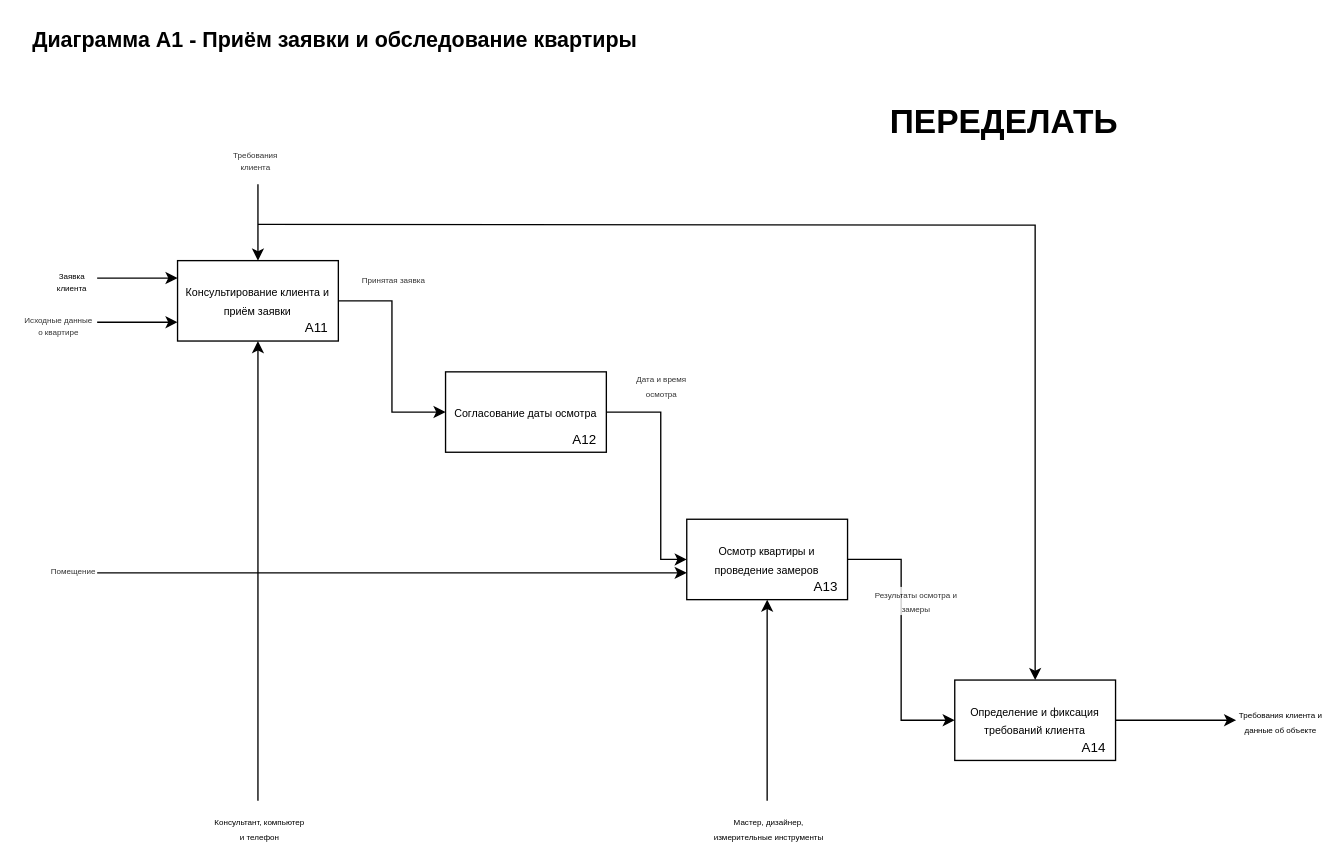
The draw.io diagram page "A1" (7 of 11) of sem-5/miabp/lab-3/diagram.drawio in anodev996/uni-works, before the edit. Source tidied: cells renumbered, new cells numbered last; positions are measured from the earlier drawing's top-left corner, leaving out a move shared by most shapes. Both pictures are drawn from the tidied source at 134%, with x=0, y=0 at pixel (29, 23).
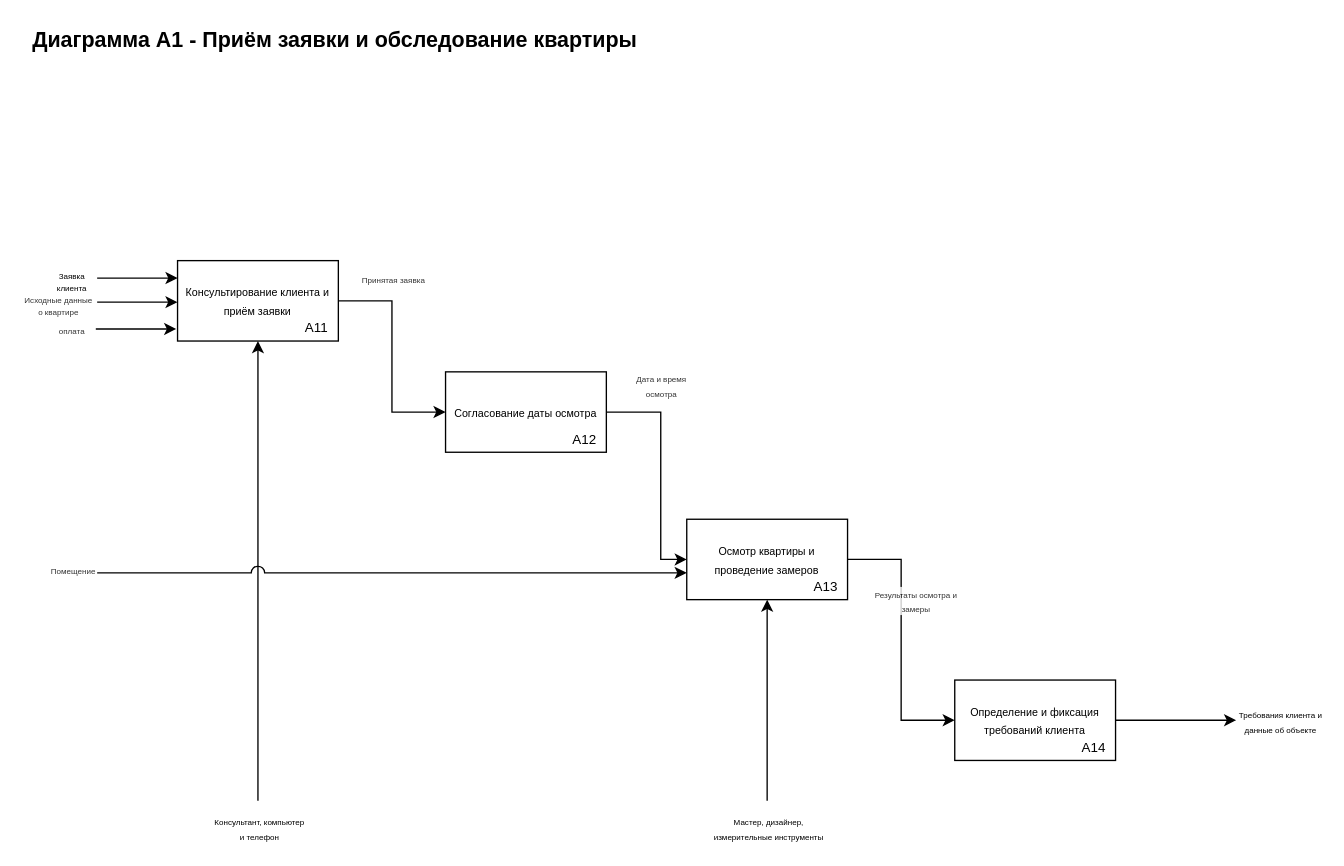
Above is the later version.

The change refers to these unchanged cells:
```xml
<mxCell id="3" value="&lt;div style=&quot;line-height: 100%;&quot;&gt;&lt;font style=&quot;line-height: 100%;&quot;&gt;&lt;span style=&quot;background-color: transparent; font-size: 8px;&quot;&gt;Консультирование клиента и приём заявки&lt;/span&gt;&lt;/font&gt;&lt;/div&gt;" style="rounded=0;whiteSpace=wrap;html=1;" parent="2" vertex="1">
  <mxGeometry width="120" height="60" as="geometry" />
</mxCell>
<mxCell id="12" value="&lt;div style=&quot;line-height: 100%;&quot;&gt;&lt;font style=&quot;line-height: 100%;&quot;&gt;&lt;span style=&quot;background-color: transparent; font-size: 8px;&quot;&gt;Определение и фиксация требований клиента&lt;/span&gt;&lt;/font&gt;&lt;/div&gt;" style="rounded=0;whiteSpace=wrap;html=1;" parent="11" vertex="1">
  <mxGeometry width="120" height="60" as="geometry" />
</mxCell>
```

The edit, as a diff of the source:
```diff
@@
-    <mxCell id="22" style="endArrow=classic;html=1;rounded=0;" parent="1" edge="1" target="3">
-      <mxGeometry x="0.02" relative="1" as="geometry">
-        <mxPoint x="170" y="120" as="sourcePoint" />
-      </mxGeometry>
-    </mxCell>
-    <mxCell id="23" value="&lt;div style=&quot;line-height: 80%;&quot;&gt;&lt;div&gt;&lt;font style=&quot;line-height: 80%; font-size: 6px;&quot;&gt;Требования&lt;/font&gt;&lt;/div&gt;&lt;div&gt;&lt;font style=&quot;line-height: 80%; font-size: 6px;&quot;&gt;клиента&lt;/font&gt;&lt;/div&gt;&lt;/div&gt;" style="edgeLabel;html=1;align=center;verticalAlign=middle;textOpacity=80;" parent="22" vertex="1">
-      <mxGeometry x="0.02" y="-1" relative="1" as="geometry">
-        <mxPoint x="-2" y="-49" as="offset" />
-      </mxGeometry>
-    </mxCell>
-    <mxCell id="24" style="endArrow=classic;html=1;rounded=0;edgeStyle=orthogonalEdgeStyle;" parent="1" edge="1" target="12">
-      <mxGeometry x="0.47" relative="1" as="geometry">
-        <mxPoint x="170" y="150" as="sourcePoint" />
-      </mxGeometry>
-    </mxCell>
@@
-    <mxCell id="27" style="endArrow=classic;html=1;rounded=0;" parent="1" edge="1" target="3">
+    <mxCell id="27" style="endArrow=classic;html=1;rounded=0;jumpStyle=none;jumpSize=7;" parent="1" edge="1" target="3">
       <mxGeometry relative="1" as="geometry">
         <mxPoint x="170" y="580" as="sourcePoint" />
       </mxGeometry>
     </mxCell>
@@
     <mxCell id="32" style="endArrow=classic;html=1;rounded=0;entryX=0;entryY=0.717;entryDx=0;entryDy=0;entryPerimeter=0;" parent="1" edge="1">
       <mxGeometry x="-0.27" relative="1" as="geometry">
-        <mxPoint x="50" y="223" as="sourcePoint" />
-        <mxPoint x="110" y="223" as="targetPoint" />
+        <mxPoint x="50" y="208" as="sourcePoint" />
+        <mxPoint x="110" y="208" as="targetPoint" />
       </mxGeometry>
     </mxCell>
@@
-    <mxCell id="34" style="endArrow=classic;html=1;rounded=0;entryX=0;entryY=0.717;entryDx=0;entryDy=0;entryPerimeter=0;" parent="1" edge="1">
+    <mxCell id="34" style="endArrow=classic;html=1;rounded=0;entryX=0;entryY=0.717;entryDx=0;entryDy=0;entryPerimeter=0;jumpStyle=arc;jumpSize=10;" parent="1" edge="1">
       <mxGeometry x="0.83" relative="1" as="geometry">
         <mxPoint x="50" y="410" as="sourcePoint" />
         <mxPoint x="490" y="410" as="targetPoint" />
       </mxGeometry>
     </mxCell>
@@
-    <mxCell id="36" value="&lt;div style=&quot;line-height: 100%;&quot;&gt;&lt;div align=&quot;left&quot;&gt;&lt;b style=&quot;&quot;&gt;&lt;font style=&quot;font-size: 25px;&quot;&gt;ПЕРЕДЕЛАТЬ&lt;/font&gt;&lt;/b&gt;&lt;/div&gt;&lt;/div&gt;" style="text;whiteSpace=wrap;html=1;align=left;" parent="1" vertex="1">
-      <mxGeometry x="640" y="60" width="190" height="40" as="geometry" />
-    </mxCell>
+    <mxCell id="37" style="endArrow=classic;html=1;rounded=0;entryX=0;entryY=0.717;entryDx=0;entryDy=0;entryPerimeter=0;" parent="1" edge="1">
+      <mxGeometry x="-0.27" relative="1" as="geometry">
+        <mxPoint x="49" y="228" as="sourcePoint" />
+        <mxPoint x="109" y="228" as="targetPoint" />
+      </mxGeometry>
+    </mxCell>
+    <mxCell id="38" value="&lt;div style=&quot;line-height: 80%;&quot;&gt;&lt;div&gt;&lt;span style=&quot;font-size: 6px;&quot;&gt;оплата&lt;/span&gt;&lt;/div&gt;&lt;/div&gt;" style="edgeLabel;html=1;align=center;verticalAlign=middle;textOpacity=80;" parent="37" vertex="1">
+      <mxGeometry x="-0.27" y="-1" relative="1" as="geometry">
+        <mxPoint x="-41" y="-1" as="offset" />
+      </mxGeometry>
+    </mxCell>
```
